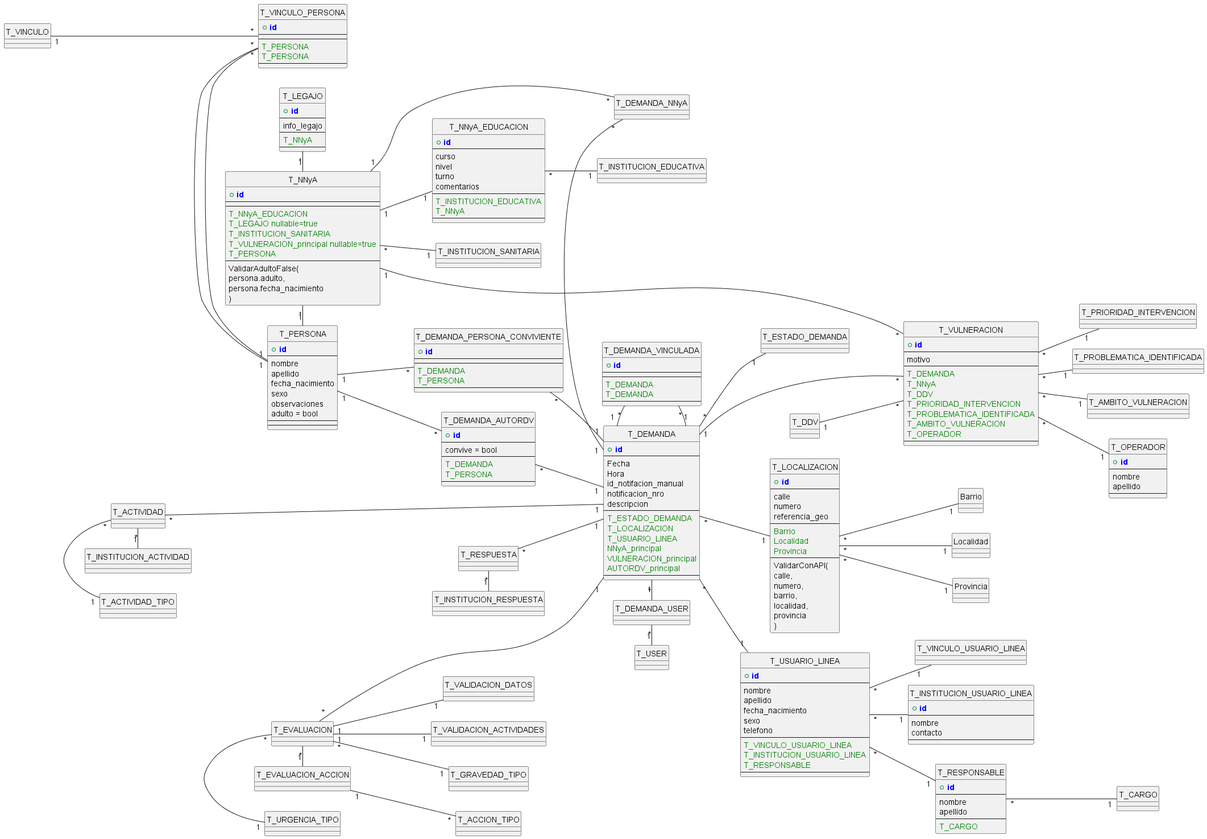
Above: docs/db/logical_erd.png in fosc-hub/SENAF-RUNNA-db-backend (PlantUML), before the change. Its diagram source:
```plantuml
@startuml logical_erd"

!define PRIMARY_KEY(x) <b><color:blue>x</color></b>
!define FOREIGN_KEY(x) <color:green>x</color>

hide circle
left to right direction

entity T_DEMANDA {
    + PRIMARY_KEY(id)
    --
    Fecha
    Hora
    id_notifacion_manual
    notificacion_nro
    descripcion
    --
    FOREIGN_KEY(T_ESTADO_DEMANDA)
    FOREIGN_KEY(T_LOCALIZACION)
    FOREIGN_KEY(T_USUARIO_LINEA)
    FOREIGN_KEY(NNyA_principal)
    FOREIGN_KEY(VULNERACION_principal)
    FOREIGN_KEY(AUTORDV_principal)
    --
}
T_DEMANDA_USER "*" - "1" T_USER
T_DEMANDA "1" - "*" T_DEMANDA_USER
T_DEMANDA "*" -- "1" T_ESTADO_DEMANDA

entity T_LOCALIZACION {
    + PRIMARY_KEY(id)
    --
    calle
    numero
    referencia_geo
    --
    FOREIGN_KEY(Barrio)
    FOREIGN_KEY(Localidad)
    FOREIGN_KEY(Provincia)
    --
    ValidarConAPI(
        calle,
        numero,
        barrio,
        localidad,
        provincia
        )
}
T_DEMANDA "*" -- "1" T_LOCALIZACION
T_LOCALIZACION "*" -- "1" Barrio
T_LOCALIZACION "*" -- "1" Localidad
T_LOCALIZACION "*" -- "1" Provincia

T_DEMANDA_NNyA "*" - "1" T_DEMANDA
entity T_NNyA {
    + PRIMARY_KEY(id)
    --
    --
    FOREIGN_KEY(T_NNyA_EDUCACION)
    FOREIGN_KEY(T_LEGAJO nullable=true)
    FOREIGN_KEY(T_INSTITUCION_SANITARIA)
    FOREIGN_KEY(T_VULNERACION_principal nullable=true)
    FOREIGN_KEY(T_PERSONA)
    --
    ValidarAdultoFalse(
        persona.adulto,
        persona.fecha_nacimiento
        )
}

T_NNyA "1" - "*" T_DEMANDA_NNyA
entity T_NNyA_EDUCACION {
    + PRIMARY_KEY(id)
    --
    curso
    nivel
    turno
    comentarios
    --
    FOREIGN_KEY(T_INSTITUCION_EDUCATIVA)
    FOREIGN_KEY(T_NNyA)
    --
}
T_NNyA "1" -- "1" T_NNyA_EDUCACION
T_NNyA_EDUCACION "*" -- "1" T_INSTITUCION_EDUCATIVA
T_NNyA "*" -- "1" T_INSTITUCION_SANITARIA

entity T_PERSONA {
    + PRIMARY_KEY(id)
    --
    nombre
    apellido
    fecha_nacimiento
    sexo
    observaciones
    adulto = bool
    --
    --
}
T_NNyA "1" - "1" T_PERSONA
entity T_DEMANDA_PERSONA_CONVIVIENTE {
    + PRIMARY_KEY(id)
    --
    --
    FOREIGN_KEY(T_DEMANDA)
    FOREIGN_KEY(T_PERSONA)
    --
}
T_DEMANDA_PERSONA_CONVIVIENTE "*" -- "1" T_DEMANDA
T_PERSONA "1" -- "*" T_DEMANDA_PERSONA_CONVIVIENTE
entity T_VINCULO_PERSONA {
    + PRIMARY_KEY(id)
    --
    --
    FOREIGN_KEY(T_PERSONA)
    FOREIGN_KEY(T_PERSONA)
    --
}
T_VINCULO_PERSONA "*" - "1" T_PERSONA
T_VINCULO_PERSONA "*" - "1" T_PERSONA
T_VINCULO "1" --- "*" T_VINCULO_PERSONA

entity T_DEMANDA_AUTORDV {
    + PRIMARY_KEY(id)
    --
    convive = bool
    --
    FOREIGN_KEY(T_DEMANDA)
    FOREIGN_KEY(T_PERSONA)
    --
}
T_DEMANDA_AUTORDV "*" -- "1" T_DEMANDA
T_PERSONA "1" -- "*" T_DEMANDA_AUTORDV

entity T_USUARIO_LINEA {
    + PRIMARY_KEY(id)
    --
    nombre
    apellido
    fecha_nacimiento
    sexo
    telefono
    --
    FOREIGN_KEY(T_VINCULO_USUARIO_LINEA)
    FOREIGN_KEY(T_INSTITUCION_USUARIO_LINEA)
    FOREIGN_KEY(T_RESPONSABLE)
    --
}
T_DEMANDA "*" -- "1" T_USUARIO_LINEA
T_USUARIO_LINEA "*" -- "1" T_VINCULO_USUARIO_LINEA
entity T_INSTITUCION_USUARIO_LINEA {
    + PRIMARY_KEY(id)
    --
    nombre
    contacto
    --
}
T_USUARIO_LINEA "*" -- "1" T_INSTITUCION_USUARIO_LINEA
entity T_RESPONSABLE {
    + PRIMARY_KEY(id)
    --
    nombre
    apellido
    --
    FOREIGN_KEY(T_CARGO)
}
T_USUARIO_LINEA "*" -- "1" T_RESPONSABLE
T_RESPONSABLE "*" -- "1" T_CARGO

entity T_VULNERACION {
    + PRIMARY_KEY(id)
    --
    motivo
    --
    FOREIGN_KEY(T_DEMANDA)
    FOREIGN_KEY(T_NNyA)
    FOREIGN_KEY(T_DDV)
    FOREIGN_KEY(T_PRIORIDAD_INTERVENCION)
    FOREIGN_KEY(T_PROBLEMATICA_IDENTIFICADA)
    FOREIGN_KEY(T_AMBITO_VULNERACION)
    FOREIGN_KEY(T_OPERADOR)
    --
}
T_DEMANDA "1" --- "*" T_VULNERACION
T_DDV "1" -- "*" T_VULNERACION
T_VULNERACION "*" -- "1" T_PRIORIDAD_INTERVENCION
T_VULNERACION "*" -- "1" T_PROBLEMATICA_IDENTIFICADA
T_VULNERACION "*" -- "1" T_AMBITO_VULNERACION
entity T_OPERADOR {
    + PRIMARY_KEY(id)
    --
    nombre
    apellido
    --
}
T_VULNERACION "*" -- "1" T_OPERADOR
T_NNyA "1" -- "*" T_VULNERACION

T_ACTIVIDAD "*" ---- "1" T_DEMANDA
T_ACTIVIDAD "*" - "1" T_ACTIVIDAD_TIPO
T_ACTIVIDAD "*" - "1" T_INSTITUCION_ACTIVIDAD

T_RESPUESTA "*" -- "1" T_DEMANDA
T_RESPUESTA "*" - "1" T_INSTITUCION_RESPUESTA

entity T_DEMANDA_VINCULADA {
    + PRIMARY_KEY(id)
    --
    --
    FOREIGN_KEY(T_DEMANDA)
    FOREIGN_KEY(T_DEMANDA)
    --
}
T_DEMANDA_VINCULADA "*" - "1" T_DEMANDA
T_DEMANDA_VINCULADA "*" - "1" T_DEMANDA

T_EVALUACION "*" --- "1" T_DEMANDA
T_EVALUACION "1" -- "1" T_VALIDACION_DATOS
T_EVALUACION "1" -- "1" T_VALIDACION_ACTIVIDADES
T_EVALUACION "*" -- "1" T_GRAVEDAD_TIPO
T_EVALUACION "*" - "1" T_URGENCIA_TIPO

T_EVALUACION "*" - "1" T_EVALUACION_ACCION
T_EVALUACION_ACCION "1" --"*" T_ACCION_TIPO

entity T_LEGAJO {
    + PRIMARY_KEY(id)
    --
    info_legajo
    --
    FOREIGN_KEY(T_NNyA)
    --
}
T_LEGAJO "1" - "1" T_NNyA


@enduml
```
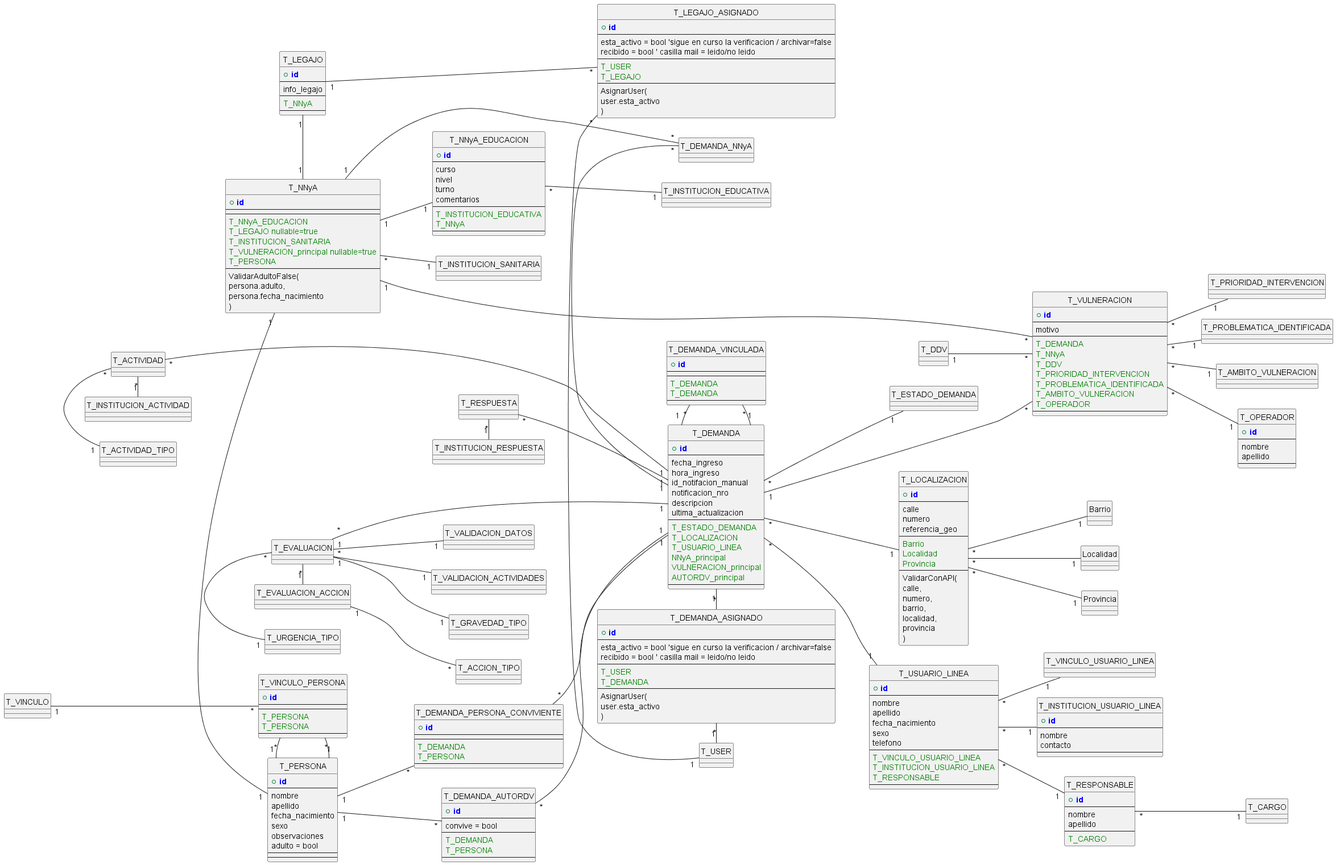
The same diagram one commit later.

Commit message:
T_DEMANDA_USER --> T_DEMANDA_ASIGNADO, + attributes . T_LEGAJO_ASIGNADO --> Para ejemplificar la asignacion de colaboradores a legajos también

The edit, as a diff of the source:
```diff
@@ -9,11 +9,12 @@
 entity T_DEMANDA {
     + PRIMARY_KEY(id)
     --
-    Fecha
-    Hora
+    fecha_ingreso
+    hora_ingreso
     id_notifacion_manual
     notificacion_nro
     descripcion
+    ultima_actualizacion
     --
     FOREIGN_KEY(T_ESTADO_DEMANDA)
     FOREIGN_KEY(T_LOCALIZACION)
@@ -23,8 +24,21 @@
     FOREIGN_KEY(AUTORDV_principal)
     --
 }
-T_DEMANDA_USER "*" - "1" T_USER
-T_DEMANDA "1" - "*" T_DEMANDA_USER
+entity T_DEMANDA_ASIGNADO {
+    + PRIMARY_KEY(id)
+    --
+    esta_activo = bool 'sigue en curso la verificacion / archivar=false
+    recibido = bool ' casilla mail = leido/no leido
+    --
+    FOREIGN_KEY(T_USER)
+    FOREIGN_KEY(T_DEMANDA)
+    --
+    AsignarUser(
+        user.esta_activo
+        )
+}
+T_DEMANDA_ASIGNADO "*" - "1" T_USER
+T_DEMANDA "1" - "*" T_DEMANDA_ASIGNADO
 T_DEMANDA "*" -- "1" T_ESTADO_DEMANDA
 
 entity T_LOCALIZACION {
@@ -233,5 +247,21 @@
 }
 T_LEGAJO "1" - "1" T_NNyA
 
+entity T_LEGAJO_ASIGNADO {
+    + PRIMARY_KEY(id)
+    --
+    esta_activo = bool 'sigue en curso la verificacion / archivar=false
+    recibido = bool ' casilla mail = leido/no leido
+    --
+    FOREIGN_KEY(T_USER)
+    FOREIGN_KEY(T_LEGAJO)
+    --
+    AsignarUser(
+        user.esta_activo
+        )
+}
+T_LEGAJO_ASIGNADO "*" - "1" T_USER
+T_LEGAJO "1" - "*" T_LEGAJO_ASIGNADO
+
 
 @enduml
```
